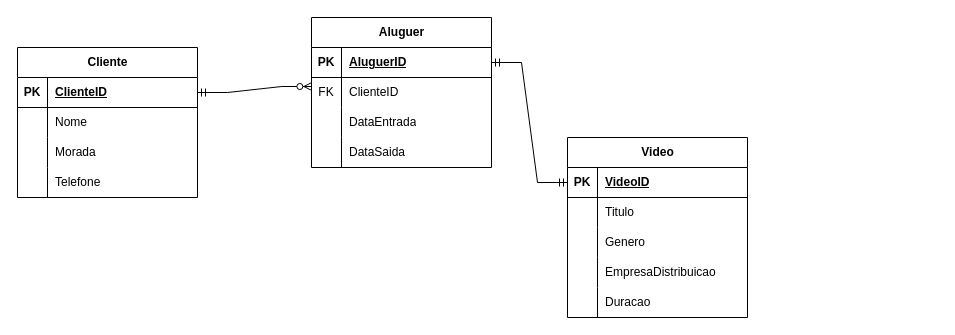
The draw.io diagram page "Clube de vídeo" (2 of 8) of Aula_2_Notacao_CrowsFoot.drawio in danielarraiol02/tpsi-sgbd-2065422-25, before the edit. Source tidied: cells renumbered, new cells numbered last; positions are measured from the earlier drawing's top-left corner, leaving out a move shared by most shapes. Both pictures are drawn from the tidied source at 100%, with x=0, y=0 at pixel (17, 17).
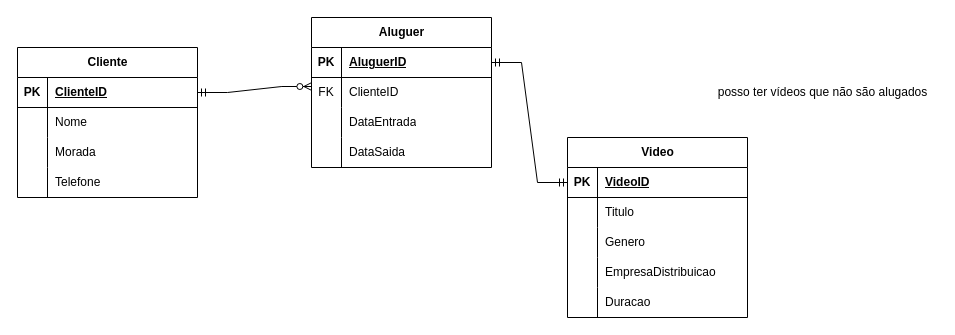
The same page after the edit.

Diff of the diagram source:
```diff
@@
+    <mxCell id="46" value="posso ter vídeos que não são alugados" style="text;html=1;align=center;verticalAlign=middle;strokeColor=none;fillColor=none;" parent="1" vertex="1">
+      <mxGeometry x="690" y="60" width="230" height="30" as="geometry" />
+    </mxCell>
```
